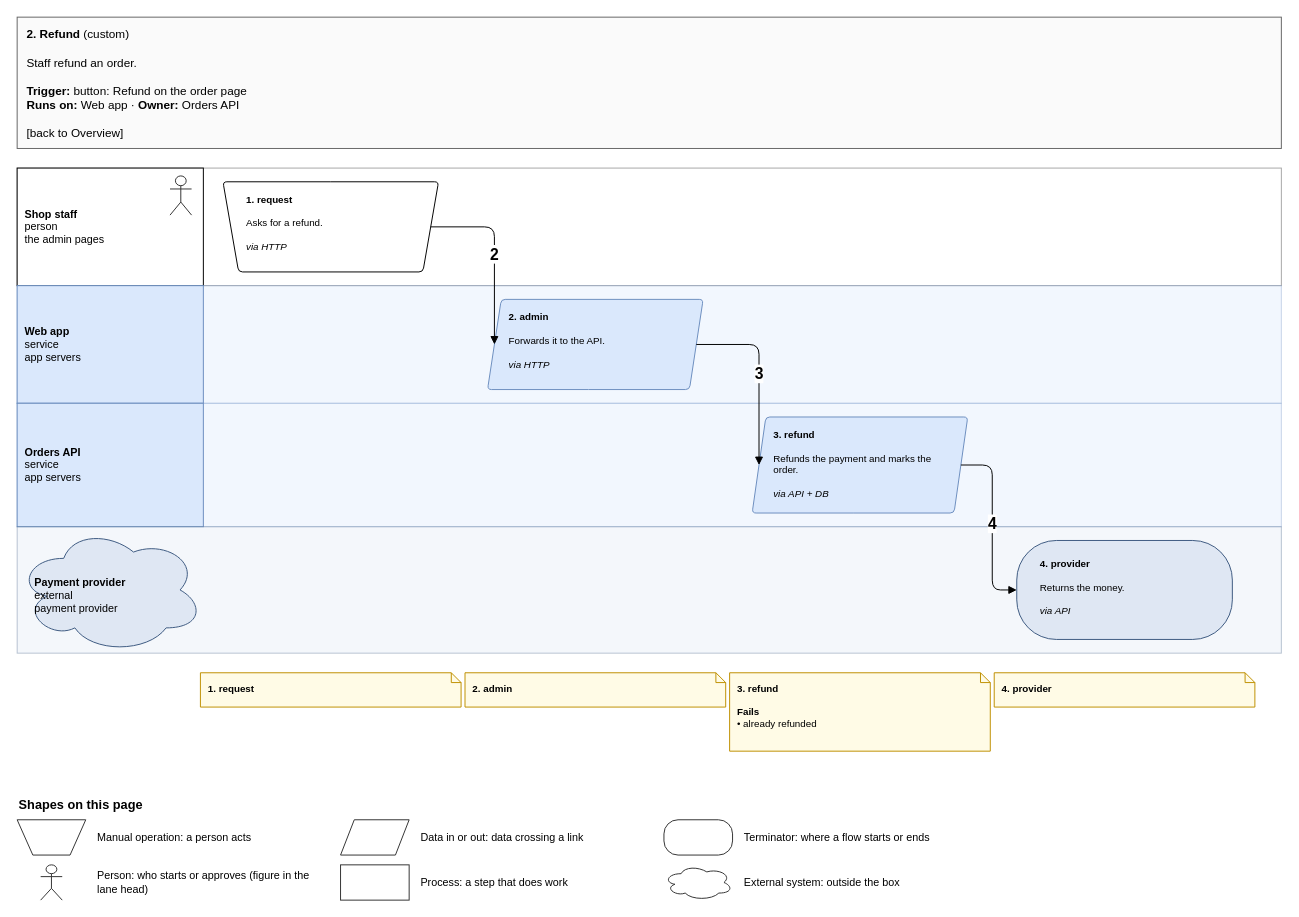
This is page "2. Refund" (4 of 7) of specialists/platform/skill-drawio/examples/shop/drawio/flows.drawio from amalikn/skills_stuff, a draw.io file, before an edit. Source tidied: cells renumbered, new cells numbered last; positions are measured from the earlier drawing's top-left corner, leaving out a move shared by most shapes. Both pictures are drawn from the tidied source at 98%, with x=0, y=0 at pixel (17, 17).
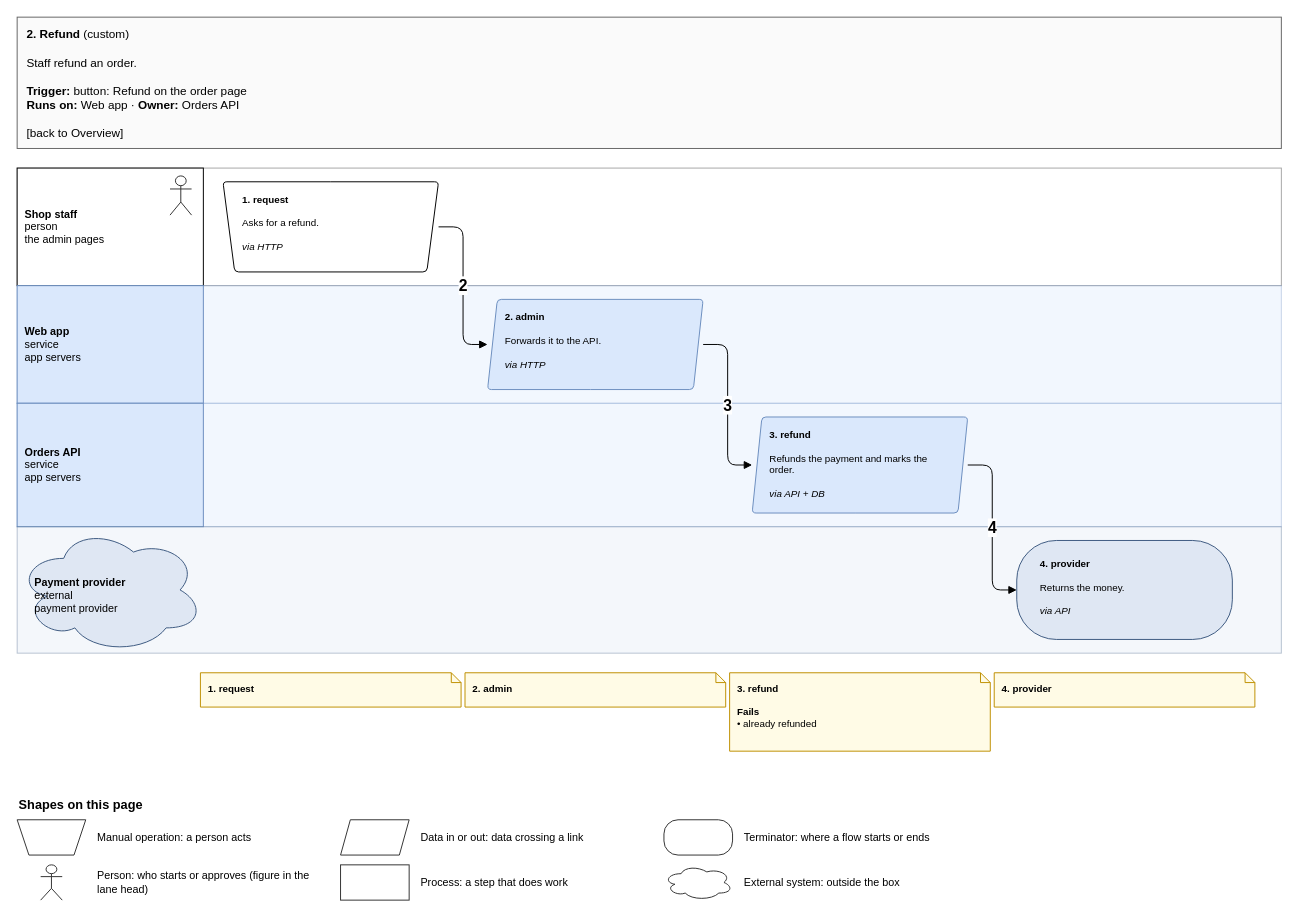
The same page after the edit.

Unchanged cells that the change refers to:
```xml
<mxCell id="18" value="&lt;b&gt;4. provider&lt;/b&gt;&lt;br&gt; &lt;br&gt;Returns the money.&lt;br&gt; &lt;br&gt;&lt;i&gt;via API&lt;/i&gt;" style="rounded=1;whiteSpace=wrap;html=1;fillColor=#dfe7f3;strokeColor=#3d5a80;fontSize=11;arcSize=8;fontSize=10;align=left;verticalAlign=top;spacingLeft=8;spacingRight=6;spacingTop=6;rounded=1;arcSize=40;spacingLeft=22;spacingRight=18;spacingTop=12;" parent="1" vertex="1">
  <mxGeometry x="1020" y="534" width="220" height="101" as="geometry" />
</mxCell>
```

What changed in the source:
```diff
@@
-    <mxCell id="12" value="&lt;b&gt;1. request&lt;/b&gt;&lt;br&gt; &lt;br&gt;Asks for a refund.&lt;br&gt; &lt;br&gt;&lt;i&gt;via HTTP&lt;/i&gt;" style="rounded=1;whiteSpace=wrap;html=1;fillColor=#ffffff;strokeColor=#000000;fontSize=11;arcSize=8;fontSize=10;align=left;verticalAlign=top;spacingLeft=8;spacingRight=6;spacingTop=6;shape=trapezoid;perimeter=trapezoidPerimeter;flipV=1;fixedSize=1;size=16;spacingLeft=22;spacingRight=22;" parent="1" vertex="1">
+    <mxCell id="12" value="&lt;b&gt;1. request&lt;/b&gt;&lt;br&gt; &lt;br&gt;Asks for a refund.&lt;br&gt; &lt;br&gt;&lt;i&gt;via HTTP&lt;/i&gt;" style="rounded=1;whiteSpace=wrap;html=1;fillColor=#ffffff;strokeColor=#000000;fontSize=11;arcSize=8;fontSize=10;align=left;verticalAlign=top;spacingLeft=8;spacingRight=6;spacingTop=6;shape=trapezoid;perimeter=trapezoidPerimeter;flipV=1;fixedSize=1;size=12;spacingLeft=18;spacingRight=18;" parent="1" vertex="1">
       <mxGeometry x="210" y="168" width="220" height="92" as="geometry" />
     </mxCell>
@@
-    <mxCell id="14" value="&lt;b&gt;2. admin&lt;/b&gt;&lt;br&gt; &lt;br&gt;Forwards it to the API.&lt;br&gt; &lt;br&gt;&lt;i&gt;via HTTP&lt;/i&gt;" style="rounded=1;whiteSpace=wrap;html=1;fillColor=#dae8fc;strokeColor=#6c8ebf;fontSize=11;arcSize=8;fontSize=10;align=left;verticalAlign=top;spacingLeft=8;spacingRight=6;spacingTop=6;shape=parallelogram;perimeter=parallelogramPerimeter;fixedSize=1;size=14;spacingLeft=20;spacingRight=20;" parent="1" vertex="1">
+    <mxCell id="14" value="&lt;b&gt;2. admin&lt;/b&gt;&lt;br&gt; &lt;br&gt;Forwards it to the API.&lt;br&gt; &lt;br&gt;&lt;i&gt;via HTTP&lt;/i&gt;" style="rounded=1;whiteSpace=wrap;html=1;fillColor=#dae8fc;strokeColor=#6c8ebf;fontSize=11;arcSize=8;fontSize=10;align=left;verticalAlign=top;spacingLeft=8;spacingRight=6;spacingTop=6;shape=parallelogram;perimeter=parallelogramPerimeter;fixedSize=1;size=10;spacingLeft=16;spacingRight=16;" parent="1" vertex="1">
       <mxGeometry x="480" y="288" width="220" height="92" as="geometry" />
     </mxCell>
@@
-    <mxCell id="16" value="&lt;b&gt;3. refund&lt;/b&gt;&lt;br&gt; &lt;br&gt;Refunds the payment and marks the order.&lt;br&gt; &lt;br&gt;&lt;i&gt;via API + DB&lt;/i&gt;" style="rounded=1;whiteSpace=wrap;html=1;fillColor=#dae8fc;strokeColor=#6c8ebf;fontSize=11;arcSize=8;fontSize=10;align=left;verticalAlign=top;spacingLeft=8;spacingRight=6;spacingTop=6;shape=parallelogram;perimeter=parallelogramPerimeter;fixedSize=1;size=14;spacingLeft=20;spacingRight=20;" parent="1" vertex="1">
+    <mxCell id="16" value="&lt;b&gt;3. refund&lt;/b&gt;&lt;br&gt; &lt;br&gt;Refunds the payment and marks the order.&lt;br&gt; &lt;br&gt;&lt;i&gt;via API + DB&lt;/i&gt;" style="rounded=1;whiteSpace=wrap;html=1;fillColor=#dae8fc;strokeColor=#6c8ebf;fontSize=11;arcSize=8;fontSize=10;align=left;verticalAlign=top;spacingLeft=8;spacingRight=6;spacingTop=6;shape=parallelogram;perimeter=parallelogramPerimeter;fixedSize=1;size=10;spacingLeft=16;spacingRight=16;" parent="1" vertex="1">
       <mxGeometry x="750" y="408" width="220" height="98" as="geometry" />
     </mxCell>
@@
-    <mxCell id="21" style="whiteSpace=wrap;html=1;fillColor=#ffffff;strokeColor=#333333;shape=trapezoid;perimeter=trapezoidPerimeter;flipV=1;fixedSize=1;size=16;spacingLeft=22;spacingRight=22;" parent="1" vertex="1">
+    <mxCell id="21" style="whiteSpace=wrap;html=1;fillColor=#ffffff;strokeColor=#333333;shape=trapezoid;perimeter=trapezoidPerimeter;flipV=1;fixedSize=1;size=12;spacingLeft=18;spacingRight=18;" parent="1" vertex="1">
       <mxGeometry y="819" width="70" height="36" as="geometry" />
     </mxCell>
@@
-    <mxCell id="23" style="whiteSpace=wrap;html=1;fillColor=#ffffff;strokeColor=#333333;shape=parallelogram;perimeter=parallelogramPerimeter;fixedSize=1;size=14;spacingLeft=20;spacingRight=20;" parent="1" vertex="1">
+    <mxCell id="23" style="whiteSpace=wrap;html=1;fillColor=#ffffff;strokeColor=#333333;shape=parallelogram;perimeter=parallelogramPerimeter;fixedSize=1;size=10;spacingLeft=16;spacingRight=16;" parent="1" vertex="1">
       <mxGeometry x="330" y="819" width="70" height="36" as="geometry" />
     </mxCell>
@@
-    <mxCell id="33" value="2" style="edgeStyle=orthogonalEdgeStyle;rounded=1;html=1;endArrow=block;endFill=1;fontSize=16;fontStyle=1;labelBackgroundColor=#ffffff;exitX=1;exitY=0.5;entryX=0;entryY=0.5;" parent="1" edge="1" source="12" target="14">
+    <mxCell id="33" value="2" style="edgeStyle=orthogonalEdgeStyle;rounded=1;html=1;endArrow=block;endFill=1;fontSize=16;fontStyle=1;labelBackgroundColor=#ffffff;exitX=1;exitY=0.5;entryX=0;entryY=0.5;exitPerimeter=0;entryPerimeter=0;" parent="1" edge="1" source="12" target="14">
       <mxGeometry relative="1" as="geometry" />
     </mxCell>
-    <mxCell id="34" value="3" style="edgeStyle=orthogonalEdgeStyle;rounded=1;html=1;endArrow=block;endFill=1;fontSize=16;fontStyle=1;labelBackgroundColor=#ffffff;exitX=1;exitY=0.5;entryX=0;entryY=0.5;" parent="1" edge="1" source="14" target="16">
+    <mxCell id="34" value="3" style="edgeStyle=orthogonalEdgeStyle;rounded=1;html=1;endArrow=block;endFill=1;fontSize=16;fontStyle=1;labelBackgroundColor=#ffffff;exitX=1;exitY=0.5;entryX=0;entryY=0.5;exitPerimeter=0;entryPerimeter=0;" parent="1" edge="1" source="14" target="16">
       <mxGeometry relative="1" as="geometry" />
     </mxCell>
-    <mxCell id="35" value="4" style="edgeStyle=orthogonalEdgeStyle;rounded=1;html=1;endArrow=block;endFill=1;fontSize=16;fontStyle=1;labelBackgroundColor=#ffffff;exitX=1;exitY=0.5;entryX=0;entryY=0.5;" parent="1" edge="1" source="16" target="18">
+    <mxCell id="35" value="4" style="edgeStyle=orthogonalEdgeStyle;rounded=1;html=1;endArrow=block;endFill=1;fontSize=16;fontStyle=1;labelBackgroundColor=#ffffff;exitX=1;exitY=0.5;entryX=0;entryY=0.5;exitPerimeter=0;" parent="1" edge="1" source="16" target="18">
       <mxGeometry relative="1" as="geometry" />
     </mxCell>
```
